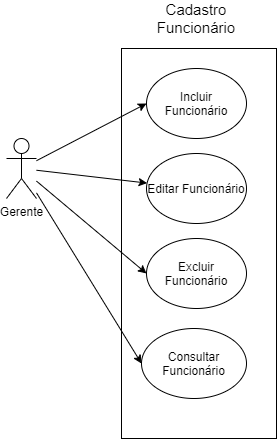
The draw.io diagram CadastrarFuncionario.png in hinname/project-Restaurant, before a commit. Source tidied: cells renumbered, new cells last; positions are measured from the earlier drawing's top-left corner, leaving out a move shared by most shapes.
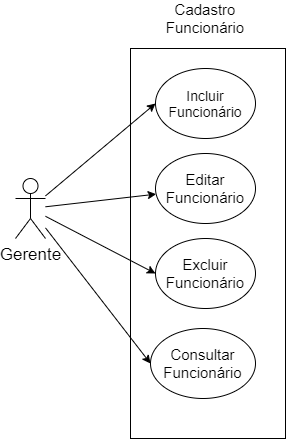
The same diagram one commit later.

The edit, as a diff of the source:
```diff
@@ -5,16 +5,16 @@
     <mxCell id="2" style="rounded=0;whiteSpace=wrap;html=1;" parent="1" vertex="1">
       <mxGeometry x="115" y="40" width="155" height="390" as="geometry" />
     </mxCell>
-    <mxCell id="3" value="Gerente" style="shape=umlActor;verticalLabelPosition=bottom;verticalAlign=top;html=1;outlineConnect=0;" parent="1" vertex="1">
-      <mxGeometry y="130" width="30" height="60" as="geometry" />
+    <mxCell id="3" value="&lt;font style=&quot;font-size: 17px&quot;&gt;Gerente&lt;/font&gt;" style="shape=umlActor;verticalLabelPosition=bottom;verticalAlign=top;html=1;outlineConnect=0;" parent="1" vertex="1">
+      <mxGeometry y="170" width="30" height="60" as="geometry" />
     </mxCell>
-    <mxCell id="4" value="Incluir Funcionário" style="ellipse;whiteSpace=wrap;html=1;" parent="1" vertex="1">
+    <mxCell id="4" value="&lt;font style=&quot;font-size: 14px&quot;&gt;Incluir Funcionário&lt;/font&gt;" style="ellipse;whiteSpace=wrap;html=1;" parent="1" vertex="1">
       <mxGeometry x="140" y="60" width="100" height="70" as="geometry" />
     </mxCell>
-    <mxCell id="5" value="Editar Funcionário" style="ellipse;whiteSpace=wrap;html=1;" parent="1" vertex="1">
+    <mxCell id="5" value="&lt;font style=&quot;font-size: 15px&quot;&gt;Editar Funcionário&lt;/font&gt;" style="ellipse;whiteSpace=wrap;html=1;" parent="1" vertex="1">
       <mxGeometry x="140" y="145" width="100" height="70" as="geometry" />
     </mxCell>
-    <mxCell id="6" value="Excluir Funcionário" style="ellipse;whiteSpace=wrap;html=1;" parent="1" vertex="1">
+    <mxCell id="6" value="&lt;font style=&quot;font-size: 15px&quot;&gt;Excluir Funcionário&lt;/font&gt;" style="ellipse;whiteSpace=wrap;html=1;" parent="1" vertex="1">
       <mxGeometry x="140" y="230" width="100" height="70" as="geometry" />
     </mxCell>
     <mxCell id="7" value="&lt;font style=&quot;font-size: 15px&quot;&gt;Cadastro Funcionário&lt;/font&gt;" style="text;html=1;strokeColor=none;fillColor=none;align=center;verticalAlign=middle;whiteSpace=wrap;rounded=0;" parent="1" vertex="1">
@@ -29,7 +29,7 @@
     <mxCell id="10" style="endArrow=classic;html=1;entryX=0;entryY=0.5;entryDx=0;entryDy=0;" parent="1" edge="1" source="3" target="6">
       <mxGeometry relative="1" as="geometry" />
     </mxCell>
-    <mxCell id="11" value="Consultar Funcionário" style="ellipse;whiteSpace=wrap;html=1;" parent="1" vertex="1">
+    <mxCell id="11" value="&lt;font style=&quot;font-size: 15px&quot;&gt;Consultar Funcionário&lt;/font&gt;" style="ellipse;whiteSpace=wrap;html=1;" parent="1" vertex="1">
       <mxGeometry x="135" y="320" width="105" height="70" as="geometry" />
     </mxCell>
     <mxCell id="12" style="endArrow=classic;html=1;entryX=0;entryY=0.5;entryDx=0;entryDy=0;" parent="1" edge="1" source="3" target="11">
```
